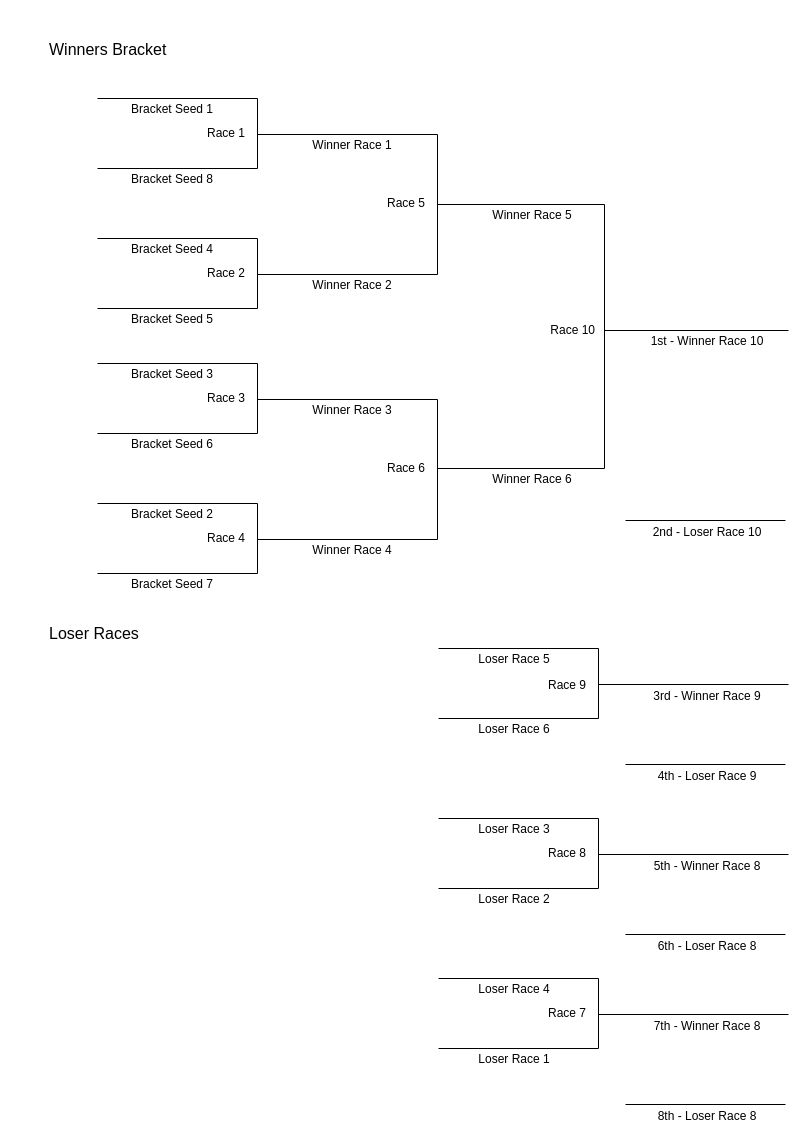
This is static/extra/8-team-se-bracket.drawio from bhall2001/flyballmanager-www, a draw.io file, before an edit. Source tidied: cells renumbered, new cells numbered last; positions are measured from the earlier drawing's top-left corner, leaving out a move shared by most shapes. Both pictures are drawn from the tidied source at 100%, with x=0, y=0 at pixel (47, 34).
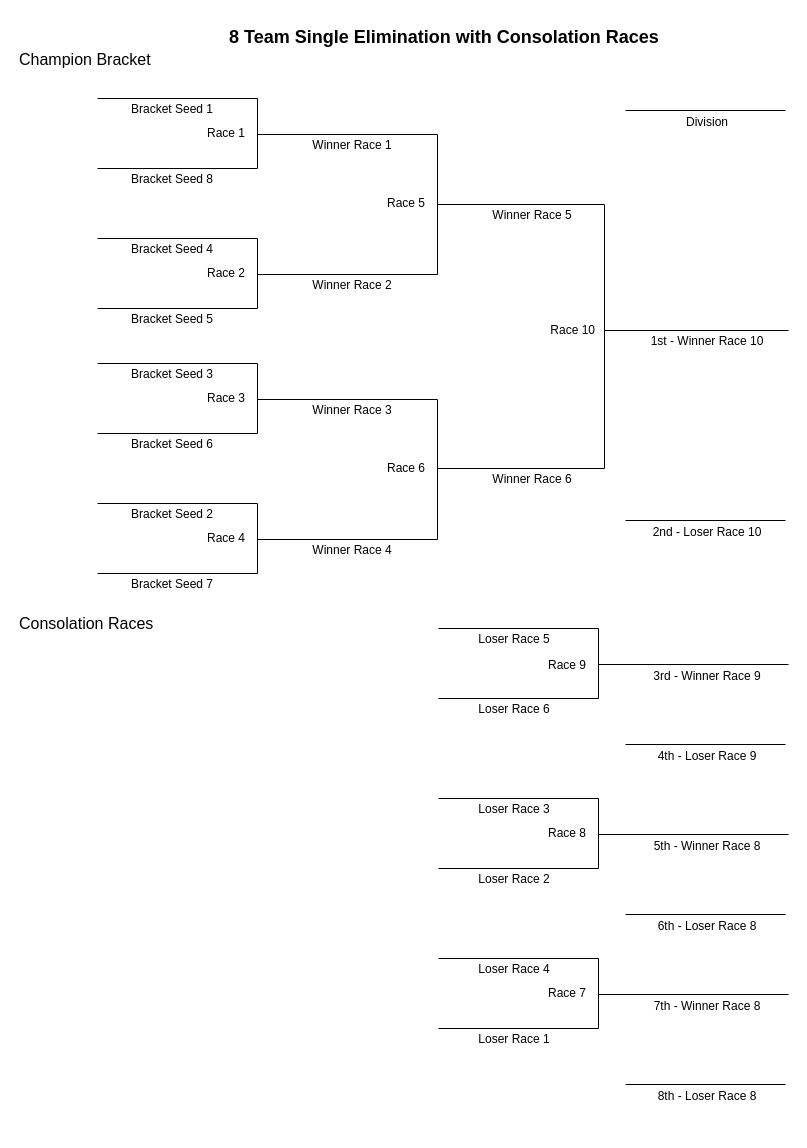
The same diagram, later.

The edit, as a diff of the source:
```diff
@@
-    <mxCell id="2" value="&lt;font style=&quot;font-size: 16px;&quot;&gt;Winners Bracket&lt;/font&gt;" style="text;html=1;align=left;verticalAlign=middle;whiteSpace=wrap;rounded=0;" parent="1" vertex="1">
-      <mxGeometry width="120" height="30" as="geometry" />
+    <mxCell id="2" value="&lt;font style=&quot;font-size: 16px;&quot;&gt;Champion Bracket&lt;/font&gt;" style="text;html=1;align=left;verticalAlign=middle;whiteSpace=wrap;rounded=0;" parent="1" vertex="1">
+      <mxGeometry x="-30" y="10" width="141" height="30" as="geometry" />
     </mxCell>
@@
     <mxCell id="12" style="group;" parent="1" vertex="1">
-      <mxGeometry x="329" y="784" width="320" height="70" as="geometry" />
+      <mxGeometry x="329" y="764" width="320" height="70" as="geometry" />
     </mxCell>
@@
-    <mxCell id="18" value="&lt;font style=&quot;font-size: 16px;&quot;&gt;Loser Races&lt;/font&gt;" style="text;html=1;align=left;verticalAlign=middle;whiteSpace=wrap;rounded=0;" parent="1" vertex="1">
-      <mxGeometry y="584" width="151" height="30" as="geometry" />
+    <mxCell id="18" value="&lt;font style=&quot;font-size: 16px;&quot;&gt;Consolation Races&lt;/font&gt;" style="text;html=1;align=left;verticalAlign=middle;whiteSpace=wrap;rounded=0;" parent="1" vertex="1">
+      <mxGeometry x="-30" y="574" width="151" height="30" as="geometry" />
     </mxCell>
@@
     <mxCell id="25" value="4th - Loser Race 9" style="text;html=1;align=center;verticalAlign=middle;whiteSpace=wrap;rounded=0;" parent="1" vertex="1">
-      <mxGeometry x="602" y="727" width="116" height="30" as="geometry" />
+      <mxGeometry x="602" y="707" width="116" height="30" as="geometry" />
     </mxCell>
@@
     <mxCell id="27" value="Loser Race 3" style="text;html=1;align=center;verticalAlign=middle;whiteSpace=wrap;rounded=0;" parent="1" vertex="1">
-      <mxGeometry x="422" y="780" width="90" height="30" as="geometry" />
+      <mxGeometry x="422" y="760" width="90" height="30" as="geometry" />
     </mxCell>
     <mxCell id="28" value="Loser Race 2" style="text;html=1;align=center;verticalAlign=middle;whiteSpace=wrap;rounded=0;" parent="1" vertex="1">
-      <mxGeometry x="422" y="850" width="90" height="30" as="geometry" />
+      <mxGeometry x="422" y="830" width="90" height="30" as="geometry" />
     </mxCell>
@@
     <mxCell id="31" value="5th - Winner Race 8" style="text;html=1;align=center;verticalAlign=middle;whiteSpace=wrap;rounded=0;" parent="1" vertex="1">
-      <mxGeometry x="597" y="817" width="126" height="30" as="geometry" />
+      <mxGeometry x="597" y="797" width="126" height="30" as="geometry" />
     </mxCell>
@@
     <mxCell id="34" style="endArrow=none;html=1;rounded=0;" parent="1" edge="1">
       <mxGeometry relative="1" as="geometry">
-        <mxPoint x="578" y="730" as="sourcePoint" />
-        <mxPoint x="738" y="730" as="targetPoint" />
+        <mxPoint x="578" y="710" as="sourcePoint" />
+        <mxPoint x="738" y="710" as="targetPoint" />
       </mxGeometry>
     </mxCell>
@@
     <mxCell id="41" style="group;" parent="1" vertex="1">
-      <mxGeometry x="329" y="614" width="320" height="70" as="geometry" />
+      <mxGeometry x="329" y="594" width="320" height="70" as="geometry" />
     </mxCell>
@@
     <mxCell id="47" value="Loser Race 5" style="text;html=1;align=center;verticalAlign=middle;whiteSpace=wrap;rounded=0;" parent="1" vertex="1">
-      <mxGeometry x="422" y="610" width="90" height="30" as="geometry" />
+      <mxGeometry x="422" y="590" width="90" height="30" as="geometry" />
     </mxCell>
     <mxCell id="48" value="Loser Race 6" style="text;html=1;align=center;verticalAlign=middle;whiteSpace=wrap;rounded=0;" parent="1" vertex="1">
-      <mxGeometry x="422" y="680" width="90" height="30" as="geometry" />
+      <mxGeometry x="422" y="660" width="90" height="30" as="geometry" />
     </mxCell>
     <mxCell id="49" value="3rd - Winner Race 9" style="text;html=1;align=center;verticalAlign=middle;whiteSpace=wrap;rounded=0;" parent="1" vertex="1">
-      <mxGeometry x="602" y="647" width="116" height="30" as="geometry" />
+      <mxGeometry x="602" y="627" width="116" height="30" as="geometry" />
     </mxCell>
@@
     <mxCell id="52" value="6th - Loser Race 8" style="text;html=1;align=center;verticalAlign=middle;whiteSpace=wrap;rounded=0;" parent="1" vertex="1">
-      <mxGeometry x="607" y="897" width="106" height="30" as="geometry" />
+      <mxGeometry x="607" y="877" width="106" height="30" as="geometry" />
     </mxCell>
     <mxCell id="53" style="endArrow=none;html=1;rounded=0;" parent="1" edge="1">
       <mxGeometry relative="1" as="geometry">
-        <mxPoint x="578" y="900" as="sourcePoint" />
-        <mxPoint x="738" y="900" as="targetPoint" />
+        <mxPoint x="578" y="880" as="sourcePoint" />
+        <mxPoint x="738" y="880" as="targetPoint" />
       </mxGeometry>
     </mxCell>
@@
     <mxCell id="61" style="group;" parent="1" vertex="1">
-      <mxGeometry x="329" y="944" width="320" height="70" as="geometry" />
+      <mxGeometry x="329" y="924" width="320" height="70" as="geometry" />
     </mxCell>
@@
     <mxCell id="67" value="Loser Race 1" style="text;html=1;align=center;verticalAlign=middle;whiteSpace=wrap;rounded=0;" parent="1" vertex="1">
-      <mxGeometry x="422" y="1010" width="90" height="30" as="geometry" />
+      <mxGeometry x="422" y="990" width="90" height="30" as="geometry" />
     </mxCell>
     <mxCell id="68" value="7th - Winner Race 8" style="text;html=1;align=center;verticalAlign=middle;whiteSpace=wrap;rounded=0;" parent="1" vertex="1">
-      <mxGeometry x="602" y="977" width="116" height="30" as="geometry" />
+      <mxGeometry x="602" y="957" width="116" height="30" as="geometry" />
     </mxCell>
     <mxCell id="69" value="8th - Loser Race 8" style="text;html=1;align=center;verticalAlign=middle;whiteSpace=wrap;rounded=0;" parent="1" vertex="1">
-      <mxGeometry x="607" y="1067" width="106" height="30" as="geometry" />
+      <mxGeometry x="607" y="1047" width="106" height="30" as="geometry" />
     </mxCell>
     <mxCell id="70" style="endArrow=none;html=1;rounded=0;" parent="1" edge="1">
       <mxGeometry relative="1" as="geometry">
-        <mxPoint x="578" y="1070" as="sourcePoint" />
-        <mxPoint x="738" y="1070" as="targetPoint" />
+        <mxPoint x="578" y="1050" as="sourcePoint" />
+        <mxPoint x="738" y="1050" as="targetPoint" />
       </mxGeometry>
     </mxCell>
     <mxCell id="71" value="Loser Race 4" style="text;html=1;align=center;verticalAlign=middle;whiteSpace=wrap;rounded=0;" parent="1" vertex="1">
-      <mxGeometry x="422" y="940" width="90" height="30" as="geometry" />
+      <mxGeometry x="422" y="920" width="90" height="30" as="geometry" />
     </mxCell>
@@
+    <mxCell id="93" value="8 Team Single Elimination with Consolation Races" style="text;html=1;align=left;verticalAlign=middle;strokeColor=none;fillColor=none;fontStyle=1;fontSize=18;" parent="1" vertex="1">
+      <mxGeometry x="180" y="-17" width="420" height="40" as="geometry" />
+    </mxCell>
+    <mxCell id="94" style="endArrow=none;html=1;rounded=0;" parent="1" edge="1">
+      <mxGeometry relative="1" as="geometry">
+        <mxPoint x="578" y="76" as="sourcePoint" />
+        <mxPoint x="738" y="76" as="targetPoint" />
+      </mxGeometry>
+    </mxCell>
+    <mxCell id="95" value="Division" style="text;html=1;align=center;verticalAlign=middle;whiteSpace=wrap;rounded=0;" parent="1" vertex="1">
+      <mxGeometry x="602" y="73" width="116" height="30" as="geometry" />
+    </mxCell>
```
